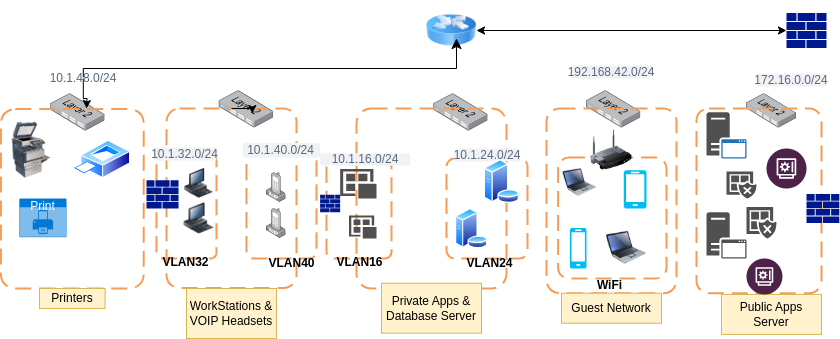
MwarumbaH-5523/Secured_Networks_Topology keeps this draw.io diagram as secured_network_topology.drawio.png. Above is the earlier version. Source tidied: cells renumbered, new cells last; positions are measured from the earlier drawing's top-left corner, leaving out a move shared by most shapes.
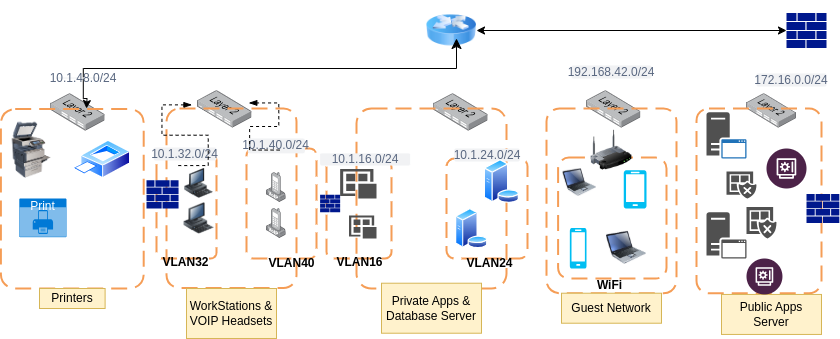
The same file after the commit.

The edit, as a diff of the source:
```diff
@@ -21,7 +21,7 @@
       <mxGeometry x="433.2" y="93.2" width="54.4" height="37.3" as="geometry" />
     </mxCell>
     <mxCell id="8" style="image;points=[];html=1;align=center;shadow=0;dashed=0;image=img/lib/allied_telesis/switch/Switch_24_port_L2.svg;" parent="1" vertex="1">
-      <mxGeometry x="218.8" y="90.2" width="54.4" height="37.3" as="geometry" />
+      <mxGeometry x="197.1" y="90.2" width="54.4" height="37.3" as="geometry" />
     </mxCell>
     <mxCell id="9" style="image;html=1;align=center;shadow=0;dashed=0;image=img/lib/allied_telesis/switch/Switch_24_port_L2.svg;" parent="1" vertex="1">
       <mxGeometry x="50.2" y="93.2" width="54.4" height="37.3" as="geometry" />
@@ -32,9 +32,6 @@
     <mxCell id="11" style="rounded=1;arcSize=10;dashed=1;strokeColor=#F59D56;fillColor=none;gradientColor=none;dashPattern=8 4;strokeWidth=2;" parent="1" vertex="1">
       <mxGeometry x="166" y="108" width="130" height="179.5" as="geometry" />
     </mxCell>
-    <mxCell id="12" style="edgeStyle=orthogonalEdgeStyle;rounded=0;orthogonalLoop=1;jettySize=auto;html=1;exitX=0.5;exitY=0;exitDx=0;exitDy=0;entryX=0.66;entryY=0.028;entryDx=0;entryDy=0;entryPerimeter=0;" parent="1" edge="1" source="11" target="11">
-      <mxGeometry relative="1" as="geometry" />
-    </mxCell>
     <mxCell id="13" style="rounded=1;arcSize=10;dashed=1;strokeColor=#F59D56;fillColor=none;gradientColor=none;dashPattern=8 4;strokeWidth=2;" parent="1" vertex="1">
       <mxGeometry x="356" y="108" width="150" height="180" as="geometry" />
     </mxCell>
@@ -97,7 +94,7 @@
       <mxGeometry x="153.2" y="147" width="62.8" height="13" as="geometry" />
     </mxCell>
     <mxCell id="32" value="10.1.40.0/24" style="rounded=1;align=center;fillColor=#F1F2F4;strokeColor=none;html=1;whiteSpace=wrap;fontColor=#596780;fontSize=12;" parent="1" vertex="1">
-      <mxGeometry x="242.4" y="142.5" width="77.2" height="14.6" as="geometry" />
+      <mxGeometry x="247.3" y="138" width="57.2" height="14.8" as="geometry" />
     </mxCell>
     <mxCell id="33" value="10.1.16.0/24" style="rounded=1;align=center;fillColor=#F1F2F4;strokeColor=none;html=1;whiteSpace=wrap;fontColor=#596780;fontSize=12;" parent="1" vertex="1">
       <mxGeometry x="319.6" y="152.8" width="90" height="12.2" as="geometry" />
@@ -197,5 +194,20 @@
     <mxCell id="64" value="10.1.48.0/24" style="rounded=1;align=center;fillColor=#F1F2F4;strokeColor=none;html=1;whiteSpace=wrap;fontColor=#596780;fontSize=12;" parent="1" vertex="1">
       <mxGeometry x="56" y="77" width="53.6" height="1" as="geometry" />
     </mxCell>
+    <mxCell id="65" style="edgeStyle=entityRelationEdgeStyle;fontSize=12;html=1;endArrow=blockThin;endFill=1;startArrow=none;rounded=0;startFill=0;dashed=1;entryX=0.048;entryY=0.19;entryDx=0;entryDy=0;entryPerimeter=0;" parent="1" edge="1">
+      <mxGeometry relative="1" as="geometry">
+        <mxPoint x="177.7" y="165.1" as="sourcePoint" />
+        <mxPoint x="191.5" y="104.4" as="targetPoint" />
+      </mxGeometry>
+    </mxCell>
+    <mxCell id="66" style="edgeStyle=entityRelationEdgeStyle;fontSize=12;html=1;endArrow=blockThin;endFill=1;startArrow=none;rounded=0;startFill=0;dashed=1;entryX=0.941;entryY=0.328;entryDx=0;entryDy=0;entryPerimeter=0;exitX=0.557;exitY=0.778;exitDx=0;exitDy=0;exitPerimeter=0;" parent="1" edge="1" source="32" target="8">
+      <mxGeometry relative="1" as="geometry">
+        <Array as="points">
+          <mxPoint x="286" y="128" />
+          <mxPoint x="276" y="126" />
+          <mxPoint x="255" y="108" />
+        </Array>
+      </mxGeometry>
+    </mxCell>
   </root>
 </mxGraphModel>
```
